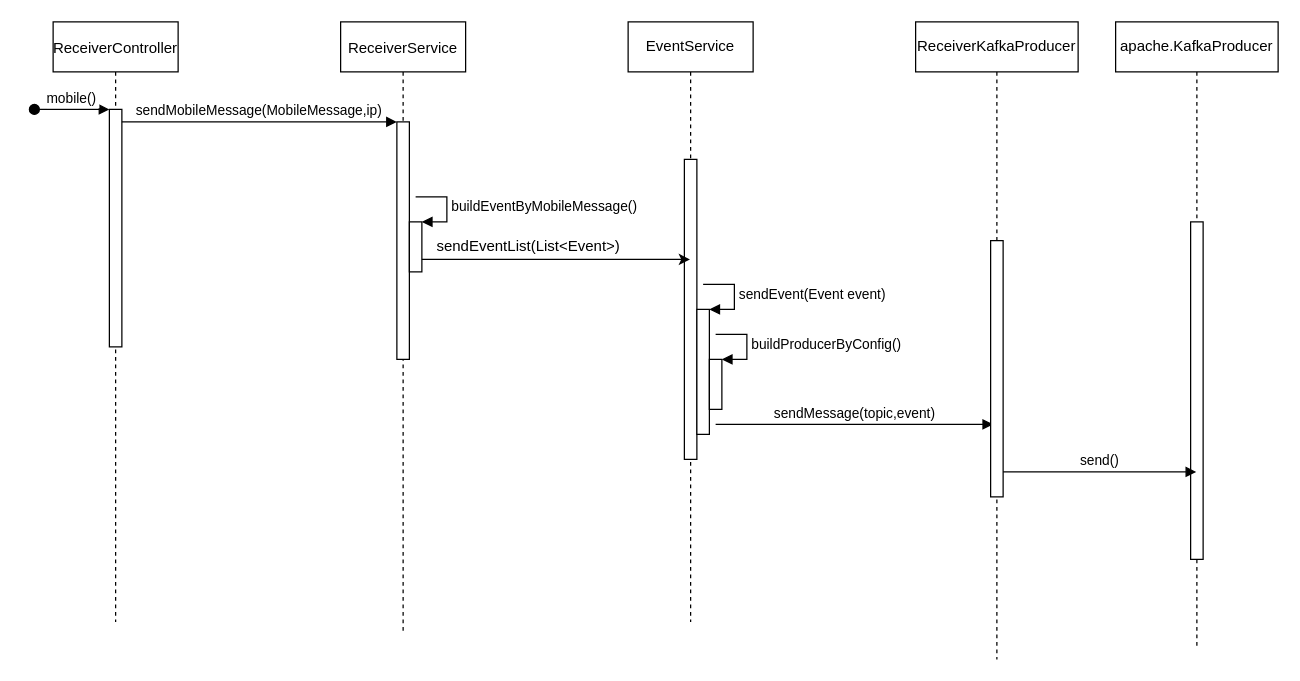
The draw.io diagram files/Receiver_mobile.drawio in yshaojie/drawio, before the edit. Source tidied: cells renumbered, new cells numbered last; positions are measured from the earlier drawing's top-left corner, leaving out a move shared by most shapes. Both pictures are drawn from the tidied source at 125%, with x=0, y=0 at pixel (34, 21).
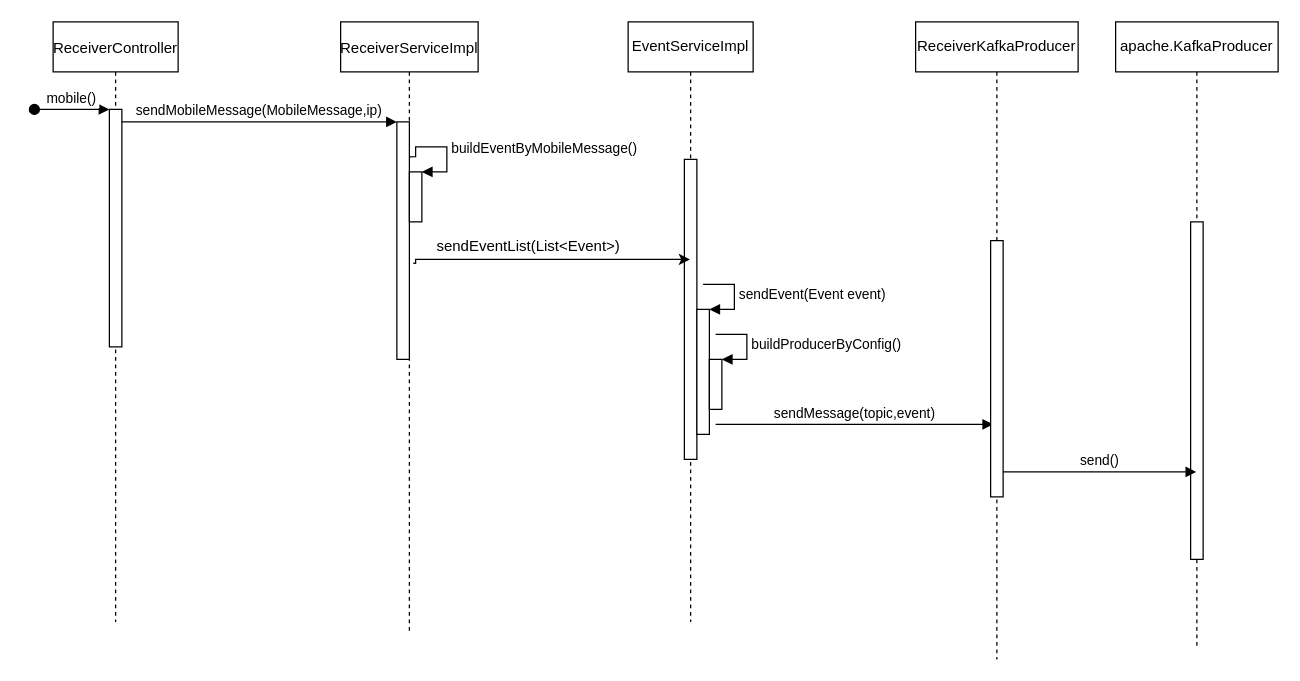
Above is the later version.

Unchanged cells that the change refers to:
```xml
<mxCell id="6" style="points=[];perimeter=orthogonalPerimeter;rounded=0;shadow=0;strokeWidth=1;" parent="5" vertex="1">
  <mxGeometry x="45" y="80" width="10" height="190" as="geometry" />
</mxCell>
```

Change to the diagram source:
```diff
@@
-    <mxCell id="5" value="ReceiverService" style="shape=umlLifeline;perimeter=lifelinePerimeter;rounded=0;shadow=0;strokeWidth=1;" parent="1" vertex="1">
-      <mxGeometry x="245" width="100" height="490" as="geometry" />
+    <mxCell id="5" value="ReceiverServiceImpl" style="shape=umlLifeline;perimeter=lifelinePerimeter;rounded=0;shadow=0;strokeWidth=1;" parent="1" vertex="1">
+      <mxGeometry x="245" width="110" height="490" as="geometry" />
     </mxCell>
@@
     <mxCell id="7" style="html=1;points=[];perimeter=orthogonalPerimeter;" parent="5" vertex="1">
-      <mxGeometry x="55" y="160" width="10" height="40" as="geometry" />
+      <mxGeometry x="55" y="120" width="10" height="40" as="geometry" />
     </mxCell>
-    <mxCell id="8" value="buildEventByMobileMessage()" style="edgeStyle=orthogonalEdgeStyle;html=1;align=left;spacingLeft=2;endArrow=block;rounded=0;entryX=1;entryY=0;" parent="5" edge="1" target="7">
+    <mxCell id="8" value="buildEventByMobileMessage()" style="edgeStyle=orthogonalEdgeStyle;html=1;align=left;spacingLeft=2;endArrow=block;rounded=0;entryX=1;entryY=0;exitX=1;exitY=0.147;exitDx=0;exitDy=0;exitPerimeter=0;" parent="5" edge="1" source="6" target="7">
       <mxGeometry relative="1" as="geometry">
-        <mxPoint x="60" y="140" as="sourcePoint" />
         <Array as="points">
-          <mxPoint x="85" y="140" />
+          <mxPoint x="60" y="108" />
+          <mxPoint x="60" y="100" />
+          <mxPoint x="85" y="100" />
+          <mxPoint x="85" y="120" />
         </Array>
       </mxGeometry>
     </mxCell>
@@
-    <mxCell id="10" value="EventService" style="shape=umlLifeline;perimeter=lifelinePerimeter;whiteSpace=wrap;html=1;outlineConnect=0;" parent="1" vertex="1">
+    <mxCell id="10" value="EventServiceImpl" style="shape=umlLifeline;perimeter=lifelinePerimeter;whiteSpace=wrap;html=1;outlineConnect=0;" parent="1" vertex="1">
       <mxGeometry x="475" width="100" height="480" as="geometry" />
     </mxCell>
@@
-    <mxCell id="17" style="edgeStyle=orthogonalEdgeStyle;rounded=0;jettySize=auto;html=1;" parent="1" edge="1" source="7" target="10">
+    <mxCell id="17" style="edgeStyle=orthogonalEdgeStyle;rounded=0;jettySize=auto;html=1;exitX=1.3;exitY=0.595;exitDx=0;exitDy=0;exitPerimeter=0;" parent="1" edge="1" source="6" target="10">
       <mxGeometry relative="1" as="geometry">
         <Array as="points">
-          <mxPoint x="415" y="190" />
-          <mxPoint x="415" y="190" />
+          <mxPoint x="305" y="193" />
+          <mxPoint x="305" y="190" />
         </Array>
       </mxGeometry>
     </mxCell>
```
